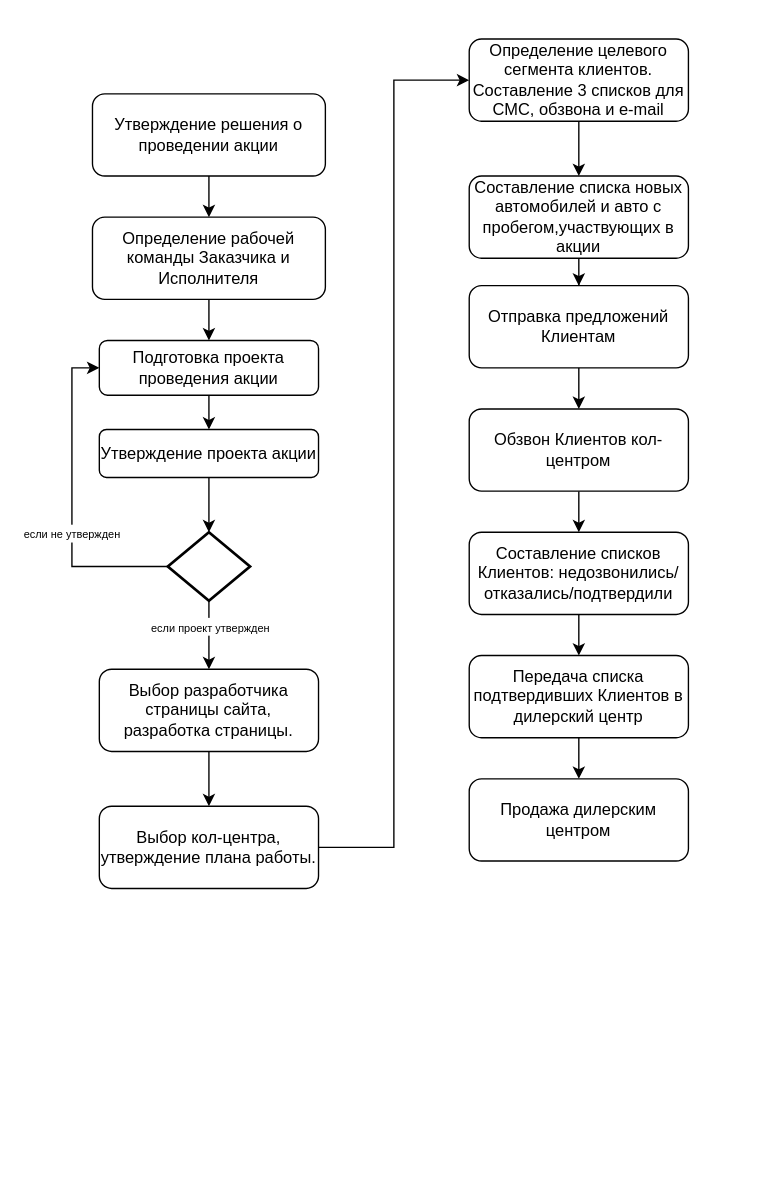
Before: DMBasis.drawio in timoorm/first, a draw.io diagram. Source tidied: cells renumbered, new cells numbered last; positions are measured from the earlier drawing's top-left corner, leaving out a move shared by most shapes. Both pictures are drawn from the tidied source at 137%, with x=0, y=0 at pixel (92, 38).
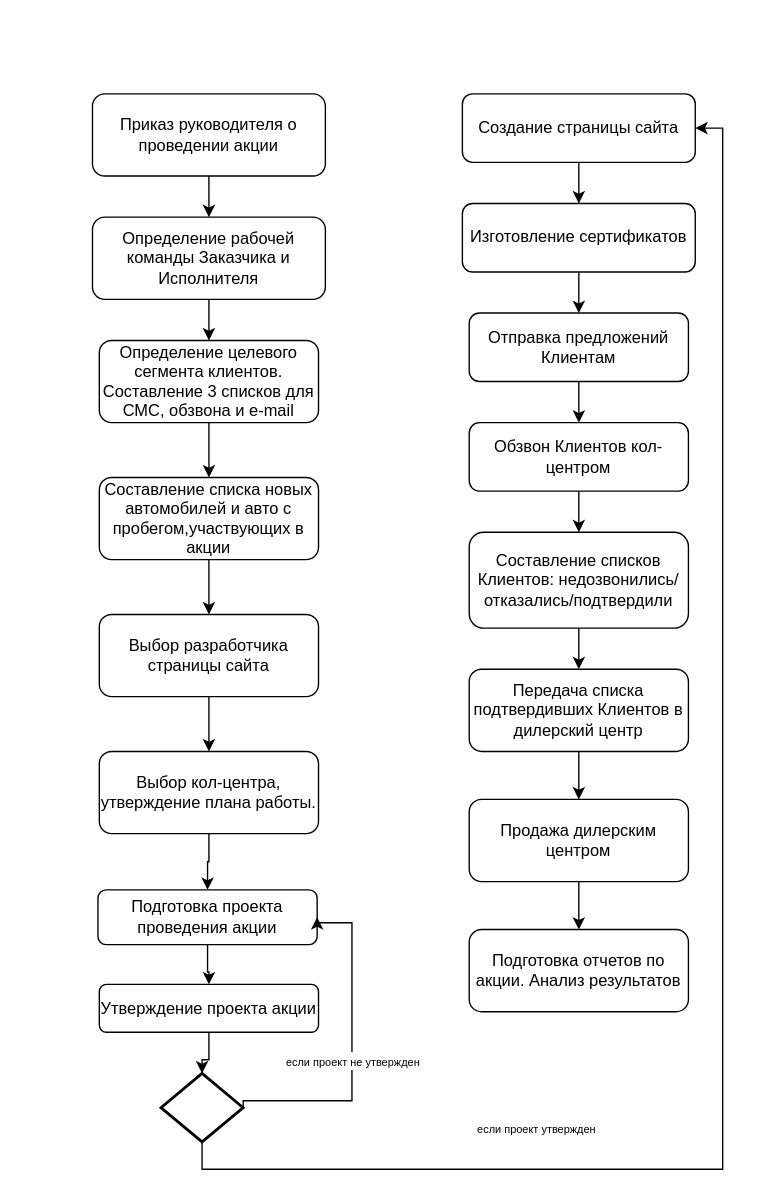
The same diagram, later.

The change refers to these unchanged cells:
```xml
<mxCell id="5" value="&lt;p&gt;&lt;span&gt;&lt;span&gt;&lt;/span&gt;&lt;/span&gt;Определение рабочей команды Заказчика и Исполнителя&lt;/p&gt;" style="rounded=1;whiteSpace=wrap;html=1;fontSize=12;glass=0;strokeWidth=1;shadow=0;" parent="1" vertex="1">
  <mxGeometry y="130" width="170" height="60" as="geometry" />
</mxCell>
```

What changed in the source:
```diff
@@
-    <mxCell id="3" value="Утверждение решения о проведении акции " style="rounded=1;whiteSpace=wrap;html=1;fontSize=12;glass=0;strokeWidth=1;shadow=0;" parent="1" vertex="1">
+    <mxCell id="3" value="Приказ руководителя о проведении акции " style="rounded=1;whiteSpace=wrap;html=1;fontSize=12;glass=0;strokeWidth=1;shadow=0;" parent="1" vertex="1">
       <mxGeometry y="40" width="170" height="60" as="geometry" />
     </mxCell>
-    <mxCell id="4" style="edgeStyle=orthogonalEdgeStyle;rounded=0;jettySize=auto;html=1;" parent="1" edge="1" source="5" target="24">
-      <mxGeometry relative="1" as="geometry" />
-    </mxCell>
+    <mxCell id="32" style="edgeStyle=orthogonalEdgeStyle;rounded=0;jettySize=auto;html=1;" parent="1" edge="1" source="5" target="11">
+      <mxGeometry relative="1" as="geometry" />
+    </mxCell>
@@
-    <mxCell id="7" value="&lt;p&gt;&lt;span&gt;&lt;span&gt;&lt;/span&gt;&lt;/span&gt;Выбор разработчика страницы сайта, разработка страницы.&lt;/p&gt;" style="whiteSpace=wrap;html=1;rounded=1;shadow=0;strokeWidth=1;glass=0;" parent="1" vertex="1">
-      <mxGeometry x="5" y="460" width="160" height="60" as="geometry" />
+    <mxCell id="7" value="&lt;p&gt;&lt;span&gt;&lt;span&gt;&lt;/span&gt;&lt;/span&gt;Выбор разработчика страницы сайта&lt;/p&gt;" style="whiteSpace=wrap;html=1;rounded=1;shadow=0;strokeWidth=1;glass=0;" parent="1" vertex="1">
+      <mxGeometry x="5" y="420" width="160" height="60" as="geometry" />
     </mxCell>
-    <mxCell id="8" style="edgeStyle=orthogonalEdgeStyle;rounded=0;jettySize=auto;html=1;entryX=0;entryY=0.5;entryDx=0;entryDy=0;" parent="1" edge="1" source="9" target="11">
-      <mxGeometry relative="1" as="geometry" />
-    </mxCell>
+    <mxCell id="33" style="edgeStyle=orthogonalEdgeStyle;rounded=0;jettySize=auto;html=1;entryX=0.5;entryY=0;entryDx=0;entryDy=0;" parent="1" edge="1" source="9" target="24">
+      <mxGeometry relative="1" as="geometry" />
+    </mxCell>
     <mxCell id="9" value="&lt;p&gt;&lt;span&gt;&lt;span&gt;&lt;/span&gt;&lt;/span&gt;Выбор кол-центра, утверждение плана работы.&lt;/p&gt;" style="whiteSpace=wrap;html=1;rounded=1;shadow=0;strokeWidth=1;glass=0;" parent="1" vertex="1">
-      <mxGeometry x="5" y="560" width="160" height="60" as="geometry" />
+      <mxGeometry x="5" y="520" width="160" height="60" as="geometry" />
     </mxCell>
@@
     <mxCell id="11" value="&lt;p&gt;&lt;span&gt;&lt;span&gt;&lt;/span&gt;&lt;/span&gt;Определение целевого сегмента клиентов. &lt;span&gt;&lt;span&gt;&lt;/span&gt;&lt;/span&gt;Составление 3 списков для СМС, обзвона и &lt;span lang=&quot;EN-US&quot;&gt;e&lt;/span&gt;-&lt;span lang=&quot;EN-US&quot;&gt;mail&lt;/span&gt;&lt;/p&gt;" style="whiteSpace=wrap;html=1;rounded=1;shadow=0;strokeWidth=1;glass=0;" parent="1" vertex="1">
-      <mxGeometry x="275" width="160" height="60" as="geometry" />
+      <mxGeometry x="5" y="220" width="160" height="60" as="geometry" />
     </mxCell>
-    <mxCell id="12" style="edgeStyle=orthogonalEdgeStyle;rounded=0;jettySize=auto;html=1;entryX=0.5;entryY=0;entryDx=0;entryDy=0;" parent="1" edge="1" source="13" target="15">
+    <mxCell id="12" style="edgeStyle=orthogonalEdgeStyle;rounded=0;jettySize=auto;html=1;entryX=0.5;entryY=0;entryDx=0;entryDy=0;" parent="1" edge="1" source="13" target="7">
       <mxGeometry relative="1" as="geometry" />
     </mxCell>
     <mxCell id="13" value="&lt;p&gt;&lt;span&gt;&lt;span&gt;&lt;/span&gt;&lt;/span&gt;Составление списка новых автомобилей и авто с пробегом,участвующих в акции&lt;/p&gt;" style="whiteSpace=wrap;html=1;rounded=1;shadow=0;strokeWidth=1;glass=0;" parent="1" vertex="1">
-      <mxGeometry x="275" y="100" width="160" height="60" as="geometry" />
+      <mxGeometry x="5" y="320" width="160" height="60" as="geometry" />
     </mxCell>
@@
     <mxCell id="15" value="&lt;span&gt;Отправка предложений Клиентам &lt;br&gt;&lt;/span&gt;" style="whiteSpace=wrap;html=1;rounded=1;shadow=0;strokeWidth=1;glass=0;" parent="1" vertex="1">
-      <mxGeometry x="275" y="180" width="160" height="60" as="geometry" />
+      <mxGeometry x="275" y="200" width="160" height="50" as="geometry" />
     </mxCell>
@@
     <mxCell id="17" value="&lt;p&gt;&lt;span&gt;&lt;span&gt;&lt;/span&gt;&lt;/span&gt;Обзвон Клиентов кол-центром&lt;/p&gt;" style="whiteSpace=wrap;html=1;rounded=1;shadow=0;strokeWidth=1;glass=0;" parent="1" vertex="1">
-      <mxGeometry x="275" y="270" width="160" height="60" as="geometry" />
+      <mxGeometry x="275" y="280" width="160" height="50" as="geometry" />
     </mxCell>
@@
     <mxCell id="19" value="&lt;p&gt;&lt;span&gt;&lt;span&gt;&lt;/span&gt;&lt;/span&gt;Составление списков Клиентов: недозвонились/отказались/подтвердили&lt;/p&gt;" style="whiteSpace=wrap;html=1;rounded=1;shadow=0;strokeWidth=1;glass=0;" parent="1" vertex="1">
-      <mxGeometry x="275" y="360" width="160" height="60" as="geometry" />
+      <mxGeometry x="275" y="360" width="160" height="70" as="geometry" />
     </mxCell>
@@
     <mxCell id="21" value="&lt;span&gt;Передача списка подтвердивших Клиентов в дилерский центр &lt;/span&gt;" style="whiteSpace=wrap;html=1;rounded=1;shadow=0;strokeWidth=1;glass=0;" parent="1" vertex="1">
-      <mxGeometry x="275" y="450" width="160" height="60" as="geometry" />
+      <mxGeometry x="275" y="460" width="160" height="60" as="geometry" />
     </mxCell>
+    <mxCell id="34" style="edgeStyle=orthogonalEdgeStyle;rounded=0;jettySize=auto;html=1;" parent="1" edge="1" source="22" target="40">
+      <mxGeometry relative="1" as="geometry" />
+    </mxCell>
     <mxCell id="22" value="Продажа дилерским центром" style="whiteSpace=wrap;html=1;rounded=1;shadow=0;strokeWidth=1;glass=0;" parent="1" vertex="1">
-      <mxGeometry x="275" y="540" width="160" height="60" as="geometry" />
+      <mxGeometry x="275" y="555" width="160" height="60" as="geometry" />
     </mxCell>
@@
     <mxCell id="24" value="Подготовка проекта проведения акции" style="whiteSpace=wrap;html=1;rounded=1;shadow=0;strokeWidth=1;glass=0;" parent="1" vertex="1">
-      <mxGeometry x="5" y="220" width="160" height="40" as="geometry" />
+      <mxGeometry x="4" y="621" width="160" height="40" as="geometry" />
     </mxCell>
@@
     <mxCell id="26" value="Утверждение проекта акции" style="whiteSpace=wrap;html=1;rounded=1;shadow=0;strokeWidth=1;glass=0;" parent="1" vertex="1">
-      <mxGeometry x="5" y="285" width="160" height="35" as="geometry" />
+      <mxGeometry x="5" y="690" width="160" height="35" as="geometry" />
     </mxCell>
-    <mxCell id="27" style="edgeStyle=orthogonalEdgeStyle;rounded=0;jettySize=auto;html=1;exitX=0;exitY=0.5;exitDx=0;exitDy=0;exitPerimeter=0;entryX=0;entryY=0.5;entryDx=0;entryDy=0;" parent="1" edge="1" source="31" target="24">
-      <mxGeometry relative="1" as="geometry" />
-    </mxCell>
-    <mxCell id="28" value="&lt;font style=&quot;font-size: 8px&quot;&gt;если не утвержден&lt;/font&gt;" style="edgeLabel;html=1;align=center;verticalAlign=middle;" parent="27" vertex="1">
-      <mxGeometry x="-0.19" relative="1" as="geometry">
-        <mxPoint x="-0.7" as="offset" />
-      </mxGeometry>
-    </mxCell>
-    <mxCell id="29" style="edgeStyle=orthogonalEdgeStyle;rounded=0;jettySize=auto;html=1;" parent="1" edge="1" source="31" target="7">
+    <mxCell id="29" style="edgeStyle=orthogonalEdgeStyle;rounded=0;jettySize=auto;html=1;entryX=1;entryY=0.5;entryDx=0;entryDy=0;exitX=0.5;exitY=1;exitDx=0;exitDy=0;exitPerimeter=0;" parent="1" edge="1" source="31" target="37">
       <mxGeometry relative="1" as="geometry" />
     </mxCell>
     <mxCell id="30" value="&lt;font style=&quot;font-size: 8px&quot;&gt;если проект утвержден&lt;/font&gt;" style="edgeLabel;html=1;align=center;verticalAlign=middle;" parent="29" vertex="1">
-      <mxGeometry x="-0.27" relative="1" as="geometry" />
+      <mxGeometry x="-0.27" relative="1" as="geometry">
+        <mxPoint x="-136.8" as="offset" />
+      </mxGeometry>
     </mxCell>
+    <mxCell id="27" style="edgeStyle=orthogonalEdgeStyle;rounded=0;jettySize=auto;html=1;entryX=1;entryY=0.5;entryDx=0;entryDy=0;exitX=1;exitY=0.5;exitDx=0;exitDy=0;exitPerimeter=0;" parent="1" edge="1" source="31" target="24">
+      <mxGeometry relative="1" as="geometry">
+        <Array as="points">
+          <mxPoint x="189.4" y="775" />
+          <mxPoint x="189.4" y="645" />
+        </Array>
+      </mxGeometry>
+    </mxCell>
+    <mxCell id="35" value="&lt;font style=&quot;font-size: 8px&quot;&gt;если проект не утвержден&lt;/font&gt;" style="edgeLabel;html=1;align=center;verticalAlign=middle;" parent="27" vertex="1">
+      <mxGeometry x="0.37" relative="1" as="geometry">
+        <mxPoint y="52.6" as="offset" />
+      </mxGeometry>
+    </mxCell>
     <mxCell id="31" style="strokeWidth=2;html=1;shape=mxgraph.flowchart.decision;whiteSpace=wrap;" parent="1" vertex="1">
-      <mxGeometry x="55" y="360" width="60" height="50" as="geometry" />
+      <mxGeometry x="50" y="755" width="60" height="50" as="geometry" />
     </mxCell>
+    <mxCell id="36" style="edgeStyle=orthogonalEdgeStyle;rounded=0;jettySize=auto;html=1;" parent="1" edge="1" source="37" target="39">
+      <mxGeometry relative="1" as="geometry" />
+    </mxCell>
+    <mxCell id="37" value="Создание страницы сайта" style="rounded=1;whiteSpace=wrap;html=1;fontSize=12;glass=0;strokeWidth=1;shadow=0;" parent="1" vertex="1">
+      <mxGeometry x="270" y="40" width="170" height="50" as="geometry" />
+    </mxCell>
+    <mxCell id="38" style="edgeStyle=orthogonalEdgeStyle;rounded=0;jettySize=auto;html=1;" parent="1" edge="1" source="39" target="15">
+      <mxGeometry relative="1" as="geometry" />
+    </mxCell>
+    <mxCell id="39" value="Изготовление сертификатов" style="rounded=1;whiteSpace=wrap;html=1;fontSize=12;glass=0;strokeWidth=1;shadow=0;" parent="1" vertex="1">
+      <mxGeometry x="270" y="120" width="170" height="50" as="geometry" />
+    </mxCell>
+    <mxCell id="40" value="Подготовка отчетов по акции. Анализ результатов" style="whiteSpace=wrap;html=1;rounded=1;shadow=0;strokeWidth=1;glass=0;" parent="1" vertex="1">
+      <mxGeometry x="275" y="650" width="160" height="60" as="geometry" />
+    </mxCell>
```
